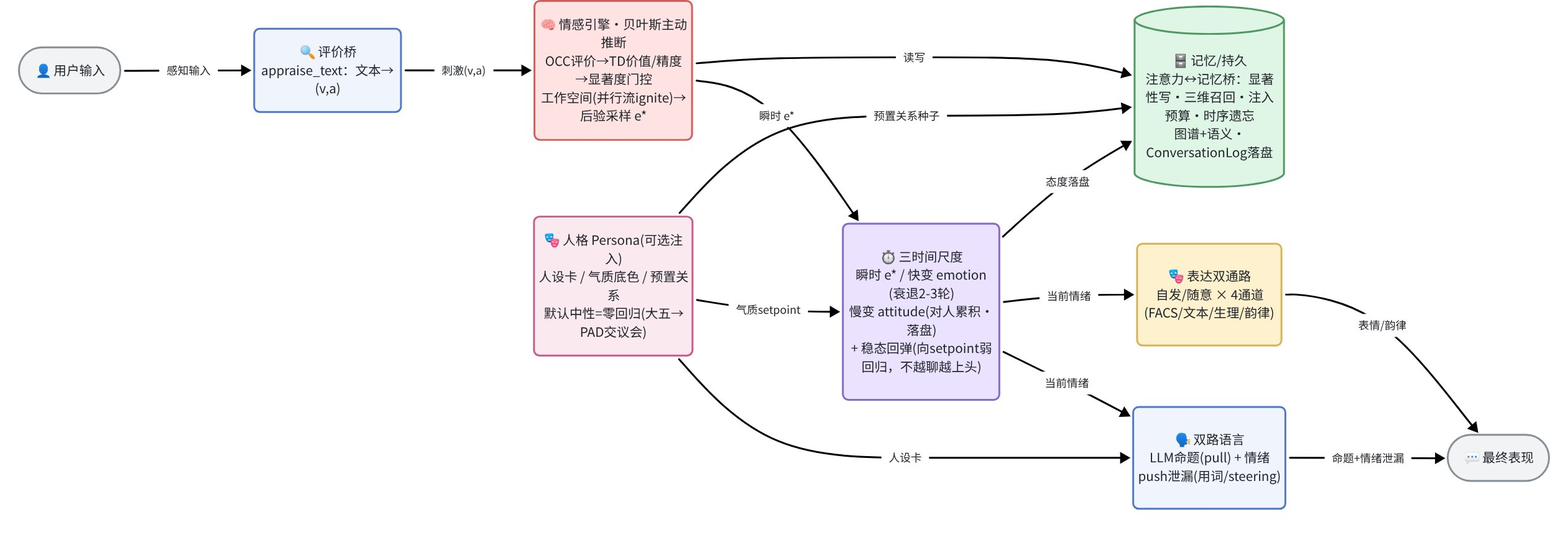
Earlier version of the Mermaid export docs/v2/framework-current.png (WizardHeHeJun/Zero). Its source is kept beside it as docs/v2/framework-current.mmd.
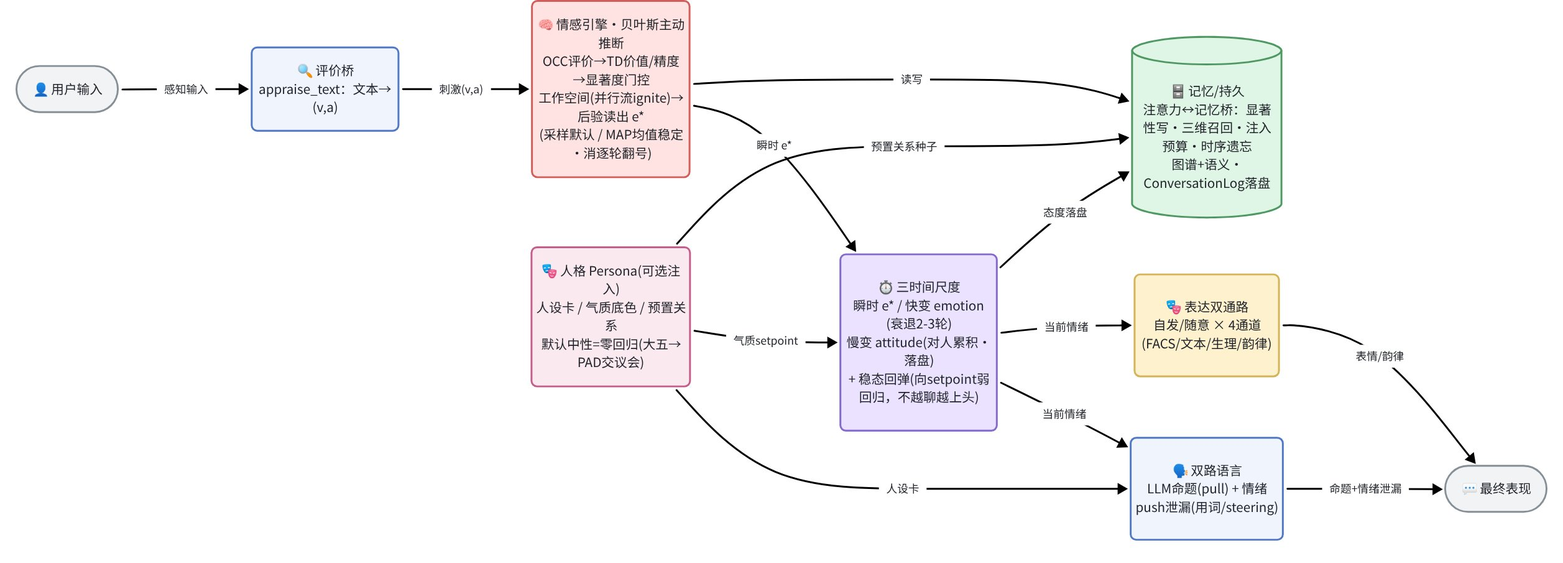
Later version of the same file.

Commit message:
docs(diagrams): 框架图 engine 节点标注 e* 读出模式(采样默认/MAP均值稳定·消翻号)

mmd 源 engine 节点"后验采样 e*"→"后验读出 e*(采样默认/MAP均值稳定·消逐轮翻号)",
经飞书画板重渲染 framework-current.png(Pillow 裁白边)。框架拓扑不变,仅标出 P4 读出开关。

Diff of the diagram source:
```diff
@@ -1,7 +1,7 @@
 flowchart LR
   user(["👤 用户输入"]):::terminal
   appraise["🔍 评价桥<br/>appraise_text：文本→(v,a)"]:::appraise
-  engine["🧠 情感引擎·贝叶斯主动推断<br/>OCC评价→TD价值/精度→显著度门控<br/>工作空间(并行流ignite)→后验采样 e*"]:::engine
+  engine["🧠 情感引擎·贝叶斯主动推断<br/>OCC评价→TD价值/精度→显著度门控<br/>工作空间(并行流ignite)→后验读出 e*<br/>(采样默认 / MAP均值稳定·消逐轮翻号)"]:::engine
   timescales["⏱️ 三时间尺度<br/>瞬时 e* / 快变 emotion(衰退2-3轮)<br/>慢变 attitude(对人累积·落盘)<br/>+ 稳态回弹(向setpoint弱回归，不越聊越上头)"]:::timescale
   language["🗣️ 双路语言<br/>LLM命题(pull) + 情绪push泄漏(用词/steering)"]:::language
   expression["🎭 表达双通路<br/>自发/随意 × 4通道(FACS/文本/生理/韵律)"]:::expression
```
